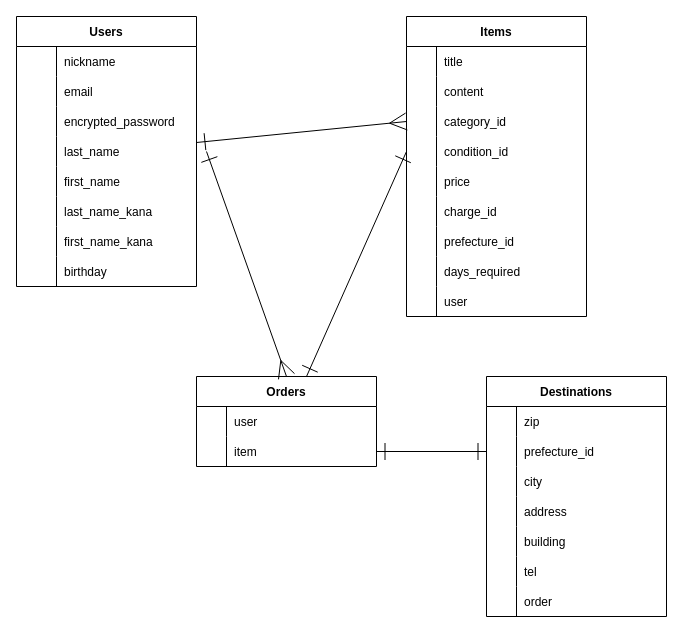
This is ER.dio from kojikoji23/furima-38098, a draw.io file, before an edit. Source tidied: cells renumbered, new cells numbered last; positions are measured from the earlier drawing's top-left corner, leaving out a move shared by most shapes. Both pictures are drawn from the tidied source at 100%, with x=0, y=0 at pixel (16, 16).
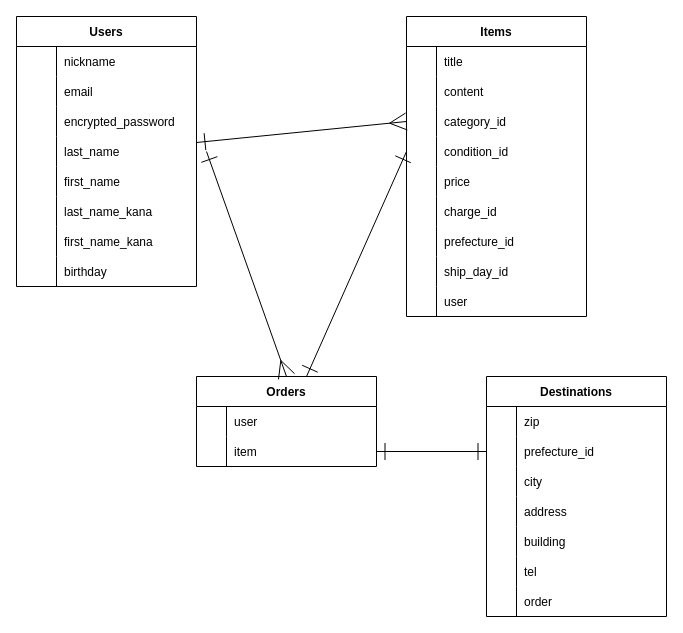
The same diagram, later.

Commit message (it also covers changes not shown here):
データベース設計の修正2

The change refers to these unchanged cells:
```xml
<mxCell id="50" style="shape=partialRectangle;fillColor=none;top=0;left=0;bottom=0;right=0;" parent="28" vertex="1">
  <mxGeometry y="240" width="180" height="30" as="geometry" />
</mxCell>
```

What changed in the source:
```diff
@@
-    <mxCell id="52" value="days_required" style="shape=partialRectangle;fillColor=none;top=0;left=0;bottom=0;right=0;align=left;spacingLeft=6;overflow=hidden;" parent="50" vertex="1">
+    <mxCell id="52" value="ship_day_id" style="shape=partialRectangle;fillColor=none;top=0;left=0;bottom=0;right=0;align=left;spacingLeft=6;overflow=hidden;" parent="50" vertex="1">
       <mxGeometry x="30" width="150" height="30" as="geometry" />
     </mxCell>
```
